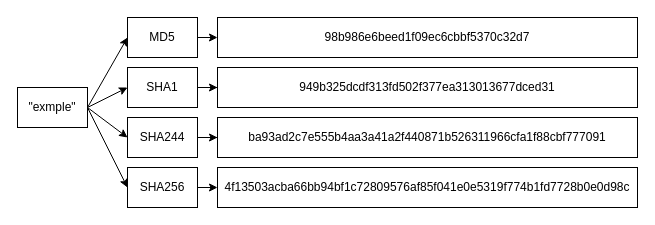
Above: page "第 8 页" (13 of 14) of 论文.drawio in jue73/7339 (draw.io), before the change. Source tidied: cells renumbered, new cells numbered last; positions are measured from the earlier drawing's top-left corner, leaving out a move shared by most shapes. Both pictures are drawn from the tidied source at 100%, with x=0, y=0 at pixel (17, 17).
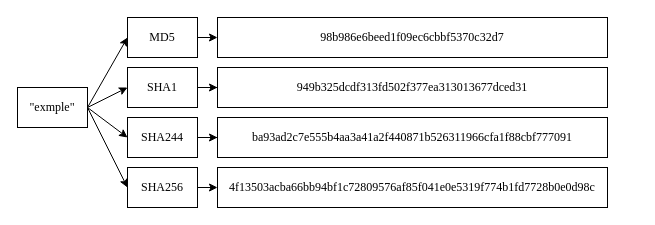
The same diagram, later.

Change to the diagram source:
```diff
@@
 <mxGraphModel>
   <root>
     <mxCell id="0" />
     <mxCell id="1" parent="0" />
     <mxCell id="2" style="rounded=0;jettySize=auto;html=1;entryX=0;entryY=0.5;entryDx=0;entryDy=0;exitX=1;exitY=0.5;exitDx=0;exitDy=0;" parent="1" edge="1" source="4" target="11">
       <mxGeometry relative="1" as="geometry" />
     </mxCell>
     <mxCell id="3" style="rounded=0;jettySize=auto;html=1;entryX=0;entryY=0.5;entryDx=0;entryDy=0;exitX=1;exitY=0.5;exitDx=0;exitDy=0;" parent="1" edge="1" source="4" target="10">
       <mxGeometry relative="1" as="geometry" />
     </mxCell>
-    <mxCell id="4" value="&lt;span style=&quot;text-wrap: nowrap;&quot;&gt;&quot;exmple&quot;&lt;/span&gt;" style="rounded=0;whiteSpace=wrap;html=1;" parent="1" vertex="1">
+    <mxCell id="4" value="&lt;span style=&quot;text-wrap: nowrap;&quot;&gt;&lt;font face=&quot;Times New Roman&quot;&gt;&quot;exmple&quot;&lt;/font&gt;&lt;/span&gt;" style="rounded=0;whiteSpace=wrap;html=1;" parent="1" vertex="1">
       <mxGeometry y="70" width="70" height="40" as="geometry" />
     </mxCell>
     <mxCell id="5" style="edgeStyle=orthogonalEdgeStyle;rounded=0;jettySize=auto;html=1;exitX=1;exitY=0.5;exitDx=0;exitDy=0;entryX=0;entryY=0.5;entryDx=0;entryDy=0;" parent="1" edge="1" source="6" target="12">
       <mxGeometry relative="1" as="geometry" />
     </mxCell>
-    <mxCell id="6" value="&lt;span style=&quot;text-wrap: nowrap;&quot;&gt;MD5&lt;/span&gt;" style="rounded=0;whiteSpace=wrap;html=1;" parent="1" vertex="1">
+    <mxCell id="6" value="&lt;span style=&quot;text-wrap: nowrap;&quot;&gt;&lt;font face=&quot;Times New Roman&quot;&gt;MD5&lt;/font&gt;&lt;/span&gt;" style="rounded=0;whiteSpace=wrap;html=1;" parent="1" vertex="1">
       <mxGeometry x="110" width="70" height="40" as="geometry" />
     </mxCell>
     <mxCell id="7" style="edgeStyle=orthogonalEdgeStyle;rounded=0;jettySize=auto;html=1;exitX=1;exitY=0.5;exitDx=0;exitDy=0;" parent="1" edge="1" source="8" target="13">
       <mxGeometry relative="1" as="geometry" />
     </mxCell>
-    <mxCell id="8" value="&lt;span style=&quot;text-wrap: nowrap;&quot;&gt;SHA1&lt;/span&gt;" style="rounded=0;whiteSpace=wrap;html=1;" parent="1" vertex="1">
+    <mxCell id="8" value="&lt;span style=&quot;text-wrap: nowrap;&quot;&gt;&lt;font face=&quot;Times New Roman&quot;&gt;SHA1&lt;/font&gt;&lt;/span&gt;" style="rounded=0;whiteSpace=wrap;html=1;" parent="1" vertex="1">
       <mxGeometry x="110" y="50" width="70" height="40" as="geometry" />
     </mxCell>
     <mxCell id="9" style="edgeStyle=orthogonalEdgeStyle;rounded=0;jettySize=auto;html=1;entryX=0;entryY=0.5;entryDx=0;entryDy=0;" parent="1" edge="1" source="10" target="14">
       <mxGeometry relative="1" as="geometry" />
     </mxCell>
-    <mxCell id="10" value="&lt;span style=&quot;text-wrap: nowrap;&quot;&gt;SHA244&lt;/span&gt;" style="rounded=0;whiteSpace=wrap;html=1;" parent="1" vertex="1">
+    <mxCell id="10" value="&lt;span style=&quot;text-wrap: nowrap;&quot;&gt;&lt;font face=&quot;Times New Roman&quot;&gt;SHA244&lt;/font&gt;&lt;/span&gt;" style="rounded=0;whiteSpace=wrap;html=1;" parent="1" vertex="1">
       <mxGeometry x="110" y="100" width="70" height="40" as="geometry" />
     </mxCell>
-    <mxCell id="11" value="&lt;span style=&quot;text-wrap: nowrap;&quot;&gt;SHA256&lt;/span&gt;" style="rounded=0;whiteSpace=wrap;html=1;" parent="1" vertex="1">
+    <mxCell id="11" value="&lt;span style=&quot;text-wrap: nowrap;&quot;&gt;&lt;font face=&quot;Times New Roman&quot;&gt;SHA256&lt;/font&gt;&lt;/span&gt;" style="rounded=0;whiteSpace=wrap;html=1;" parent="1" vertex="1">
       <mxGeometry x="110" y="150" width="70" height="40" as="geometry" />
     </mxCell>
-    <mxCell id="12" value="98b986e6beed1f09ec6cbbf5370c32d7" style="rounded=0;whiteSpace=wrap;html=1;" parent="1" vertex="1">
-      <mxGeometry x="200" width="420" height="40" as="geometry" />
+    <mxCell id="12" value="&lt;font face=&quot;Times New Roman&quot;&gt;98b986e6beed1f09ec6cbbf5370c32d7&lt;/font&gt;" style="rounded=0;whiteSpace=wrap;html=1;" parent="1" vertex="1">
+      <mxGeometry x="200" width="390" height="40" as="geometry" />
     </mxCell>
-    <mxCell id="13" value="949b325dcdf313fd502f377ea313013677dced31" style="rounded=0;whiteSpace=wrap;html=1;" parent="1" vertex="1">
-      <mxGeometry x="200" y="50" width="420" height="40" as="geometry" />
+    <mxCell id="13" value="&lt;font face=&quot;Times New Roman&quot;&gt;949b325dcdf313fd502f377ea313013677dced31&lt;/font&gt;" style="rounded=0;whiteSpace=wrap;html=1;" parent="1" vertex="1">
+      <mxGeometry x="200" y="50" width="390" height="40" as="geometry" />
     </mxCell>
-    <mxCell id="14" value="&lt;span style=&quot;text-align: left;&quot;&gt;ba93ad2c7e555b4aa3a41a2f440871b526311966cfa1f88cbf777091&lt;/span&gt;" style="rounded=0;whiteSpace=wrap;html=1;" parent="1" vertex="1">
-      <mxGeometry x="200" y="100" width="420" height="40" as="geometry" />
+    <mxCell id="14" value="&lt;span style=&quot;text-align: left;&quot;&gt;&lt;font face=&quot;Times New Roman&quot;&gt;ba93ad2c7e555b4aa3a41a2f440871b526311966cfa1f88cbf777091&lt;/font&gt;&lt;/span&gt;" style="rounded=0;whiteSpace=wrap;html=1;" parent="1" vertex="1">
+      <mxGeometry x="200" y="100" width="390" height="40" as="geometry" />
     </mxCell>
-    <mxCell id="15" value="4f13503acba66bb94bf1c72809576af85f041e0e5319f774b1fd7728b0e0d98c" style="rounded=0;whiteSpace=wrap;html=1;" parent="1" vertex="1">
-      <mxGeometry x="200" y="150" width="420" height="40" as="geometry" />
+    <mxCell id="15" value="&lt;font face=&quot;Times New Roman&quot;&gt;4f13503acba66bb94bf1c72809576af85f041e0e5319f774b1fd7728b0e0d98c&lt;/font&gt;" style="rounded=0;whiteSpace=wrap;html=1;" parent="1" vertex="1">
+      <mxGeometry x="200" y="150" width="390" height="40" as="geometry" />
     </mxCell>
     <mxCell id="16" style="endArrow=classic;html=1;rounded=0;exitX=1;exitY=0.5;exitDx=0;exitDy=0;entryX=0;entryY=0.5;entryDx=0;entryDy=0;" parent="1" edge="1" source="4" target="8">
       <mxGeometry relative="1" as="geometry" />
     </mxCell>
     <mxCell id="17" style="endArrow=classic;html=1;rounded=0;exitX=1;exitY=0.5;exitDx=0;exitDy=0;entryX=0;entryY=0.5;entryDx=0;entryDy=0;" parent="1" edge="1" source="4" target="6">
       <mxGeometry relative="1" as="geometry" />
     </mxCell>
     <mxCell id="18" style="endArrow=classic;html=1;rounded=0;exitX=1;exitY=0.5;exitDx=0;exitDy=0;entryX=0;entryY=0.5;entryDx=0;entryDy=0;" parent="1" edge="1" source="11" target="15">
       <mxGeometry relative="1" as="geometry" />
     </mxCell>
   </root>
 </mxGraphModel>
```
